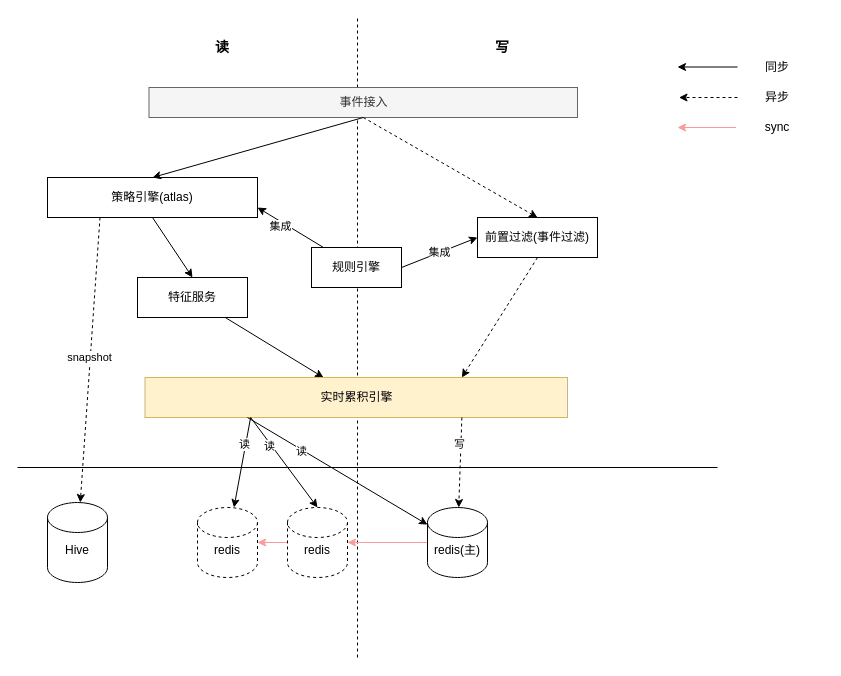
Before: risk-platform/infra_asura.drawio in learn2Pro/draw_io_save, a draw.io diagram. Source tidied: cells renumbered, new cells numbered last; positions are measured from the earlier drawing's top-left corner, leaving out a move shared by most shapes. Both pictures are drawn from the tidied source at 100%, with x=0, y=0 at pixel (17, 17).
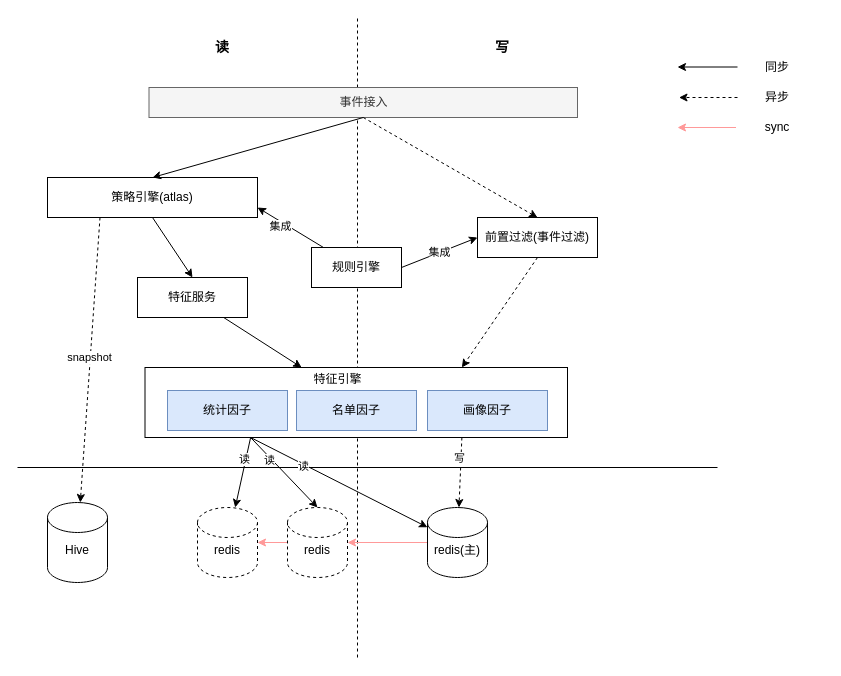
After the change.

The change refers to these unchanged cells:
```xml
<mxCell id="17" value="&lt;br&gt;redis(主)" style="shape=cylinder2;whiteSpace=wrap;html=1;boundedLbl=1;backgroundOutline=1;size=15;" parent="1" vertex="1">
  <mxGeometry x="410" y="490" width="60" height="70" as="geometry" />
</mxCell>
```

Change to the diagram source:
```diff
@@
-    <mxCell id="14" value="实时累积引擎" style="whiteSpace=wrap;html=1;rounded=0;fillColor=#fff2cc;strokeColor=#d6b656;" parent="1" vertex="1">
-      <mxGeometry x="127.5" y="360" width="422.5" height="40" as="geometry" />
+    <mxCell id="14" style="whiteSpace=wrap;html=1;rounded=0;" parent="1" vertex="1">
+      <mxGeometry x="127.5" y="350" width="422.5" height="70" as="geometry" />
     </mxCell>
@@
-    <mxCell id="18" style="endArrow=classic;html=1;" parent="1" edge="1" target="17">
-      <mxGeometry relative="1" as="geometry">
-        <mxPoint x="230" y="400" as="sourcePoint" />
-      </mxGeometry>
+    <mxCell id="18" style="endArrow=classic;html=1;exitX=0.25;exitY=1;exitDx=0;exitDy=0;" parent="1" edge="1" source="14" target="17">
+      <mxGeometry relative="1" as="geometry" />
     </mxCell>
@@
+    <mxCell id="45" value="统计因子" style="rounded=0;whiteSpace=wrap;html=1;fillColor=#dae8fc;strokeColor=#6c8ebf;" parent="1" vertex="1">
+      <mxGeometry x="150" y="373" width="120" height="40" as="geometry" />
+    </mxCell>
+    <mxCell id="46" value="名单因子" style="rounded=0;whiteSpace=wrap;html=1;fillColor=#dae8fc;strokeColor=#6c8ebf;" parent="1" vertex="1">
+      <mxGeometry x="279" y="373" width="120" height="40" as="geometry" />
+    </mxCell>
+    <mxCell id="47" value="画像因子" style="rounded=0;whiteSpace=wrap;html=1;fillColor=#dae8fc;strokeColor=#6c8ebf;" parent="1" vertex="1">
+      <mxGeometry x="410" y="373" width="120" height="40" as="geometry" />
+    </mxCell>
+    <mxCell id="48" value="特征引擎" style="text;html=1;strokeColor=none;fillColor=none;align=center;verticalAlign=middle;whiteSpace=wrap;rounded=0;" parent="1" vertex="1">
+      <mxGeometry x="250" y="347" width="141" height="30" as="geometry" />
+    </mxCell>
```
